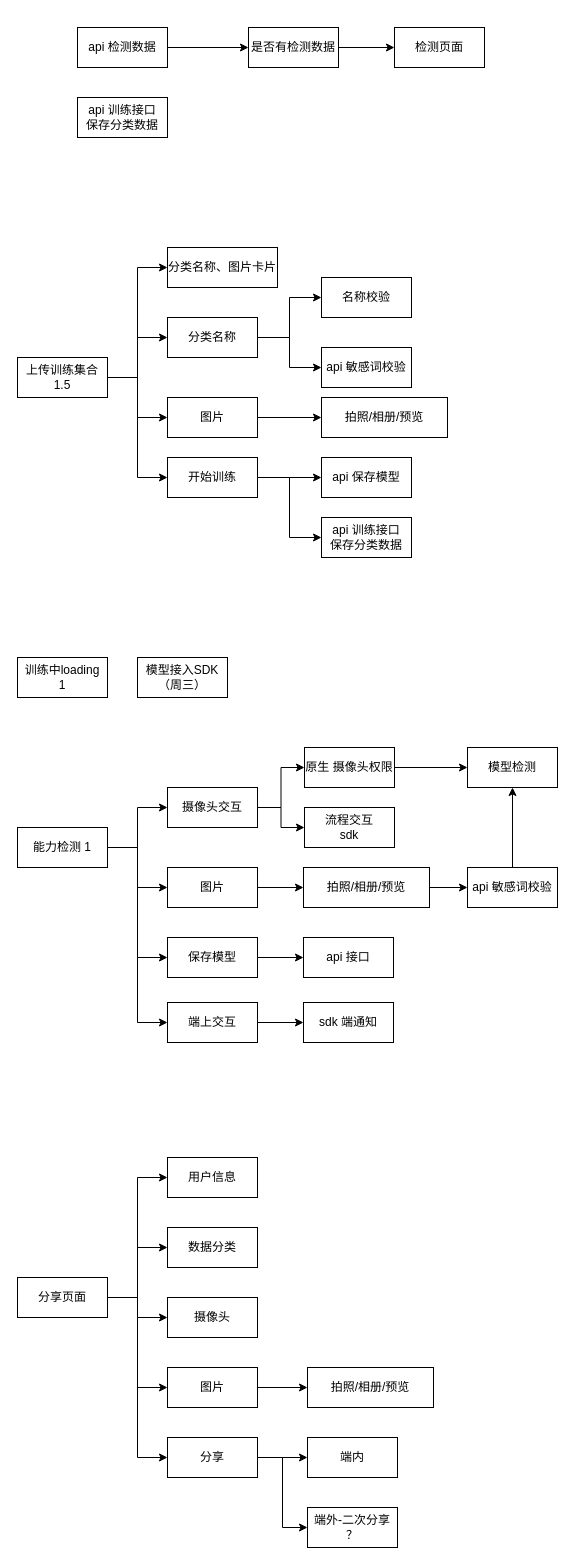
gmtaurus/ceshi keeps this draw.io diagram as page "物品识别" (9 of 9) of my-project/未命名绘图.drawio. Above is the earlier version. Source tidied: cells renumbered, new cells numbered last; positions are measured from the earlier drawing's top-left corner, leaving out a move shared by most shapes. Both pictures are drawn from the tidied source at 100%, with x=0, y=0 at pixel (17, 27).
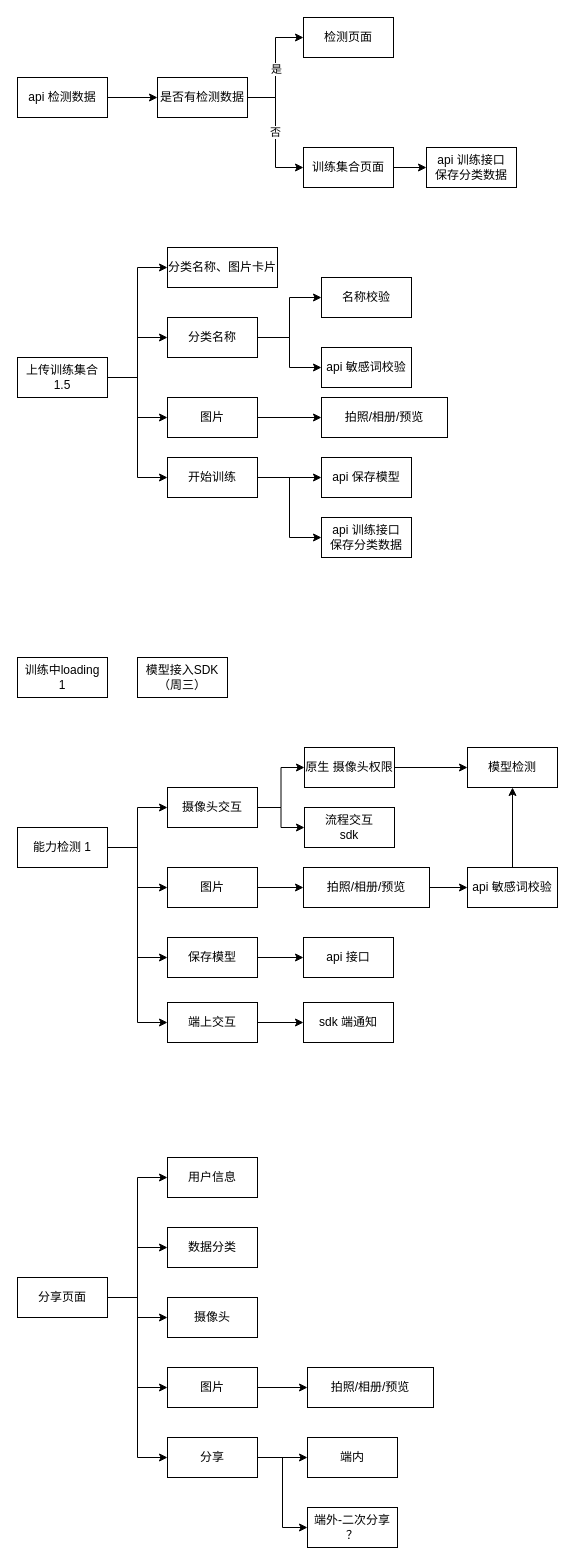
Above is the later version.

Commit message:
更新未命名绘图.drawio

What changed in the source:
```diff
@@
     <mxCell id="45" value="api 训练接口&lt;br&gt;保存分类数据" style="rounded=0;whiteSpace=wrap;html=1;" parent="1" vertex="1">
-      <mxGeometry x="60" y="70" width="90" height="40" as="geometry" />
+      <mxGeometry x="409" y="120" width="90" height="40" as="geometry" />
     </mxCell>
@@
     <mxCell id="47" value="api 检测数据" style="rounded=0;whiteSpace=wrap;html=1;" parent="1" vertex="1">
-      <mxGeometry x="60" width="90" height="40" as="geometry" />
+      <mxGeometry y="50" width="90" height="40" as="geometry" />
     </mxCell>
-    <mxCell id="48" style="edgeStyle=orthogonalEdgeStyle;rounded=0;jettySize=auto;html=1;" parent="1" edge="1" source="49" target="50">
+    <mxCell id="48" style="edgeStyle=orthogonalEdgeStyle;rounded=0;jettySize=auto;html=1;entryX=0;entryY=0.5;entryDx=0;entryDy=0;" parent="1" edge="1" source="49" target="50">
       <mxGeometry relative="1" as="geometry" />
     </mxCell>
+    <mxCell id="70" value="是" style="edgeLabel;html=1;align=center;verticalAlign=middle;" parent="48" vertex="1">
+      <mxGeometry x="-0.02" y="1" relative="1" as="geometry">
+        <mxPoint x="1" as="offset" />
+      </mxGeometry>
+    </mxCell>
+    <mxCell id="71" value="否" style="edgeStyle=orthogonalEdgeStyle;rounded=0;jettySize=auto;html=1;exitX=1;exitY=0.5;exitDx=0;exitDy=0;entryX=0;entryY=0.5;entryDx=0;entryDy=0;" parent="1" edge="1" source="49" target="73">
+      <mxGeometry relative="1" as="geometry" />
+    </mxCell>
     <mxCell id="49" value="是否有检测数据" style="rounded=0;whiteSpace=wrap;html=1;" parent="1" vertex="1">
-      <mxGeometry x="231" width="90" height="40" as="geometry" />
+      <mxGeometry x="140" y="50" width="90" height="40" as="geometry" />
     </mxCell>
     <mxCell id="50" value="检测页面" style="rounded=0;whiteSpace=wrap;html=1;" parent="1" vertex="1">
-      <mxGeometry x="377" width="90" height="40" as="geometry" />
+      <mxGeometry x="286" y="-10" width="90" height="40" as="geometry" />
     </mxCell>
@@
+    <mxCell id="72" style="edgeStyle=orthogonalEdgeStyle;rounded=0;jettySize=auto;html=1;" parent="1" edge="1" source="73" target="45">
+      <mxGeometry relative="1" as="geometry" />
+    </mxCell>
+    <mxCell id="73" value="训练集合页面" style="rounded=0;whiteSpace=wrap;html=1;" parent="1" vertex="1">
+      <mxGeometry x="286" y="120" width="90" height="40" as="geometry" />
+    </mxCell>
```
